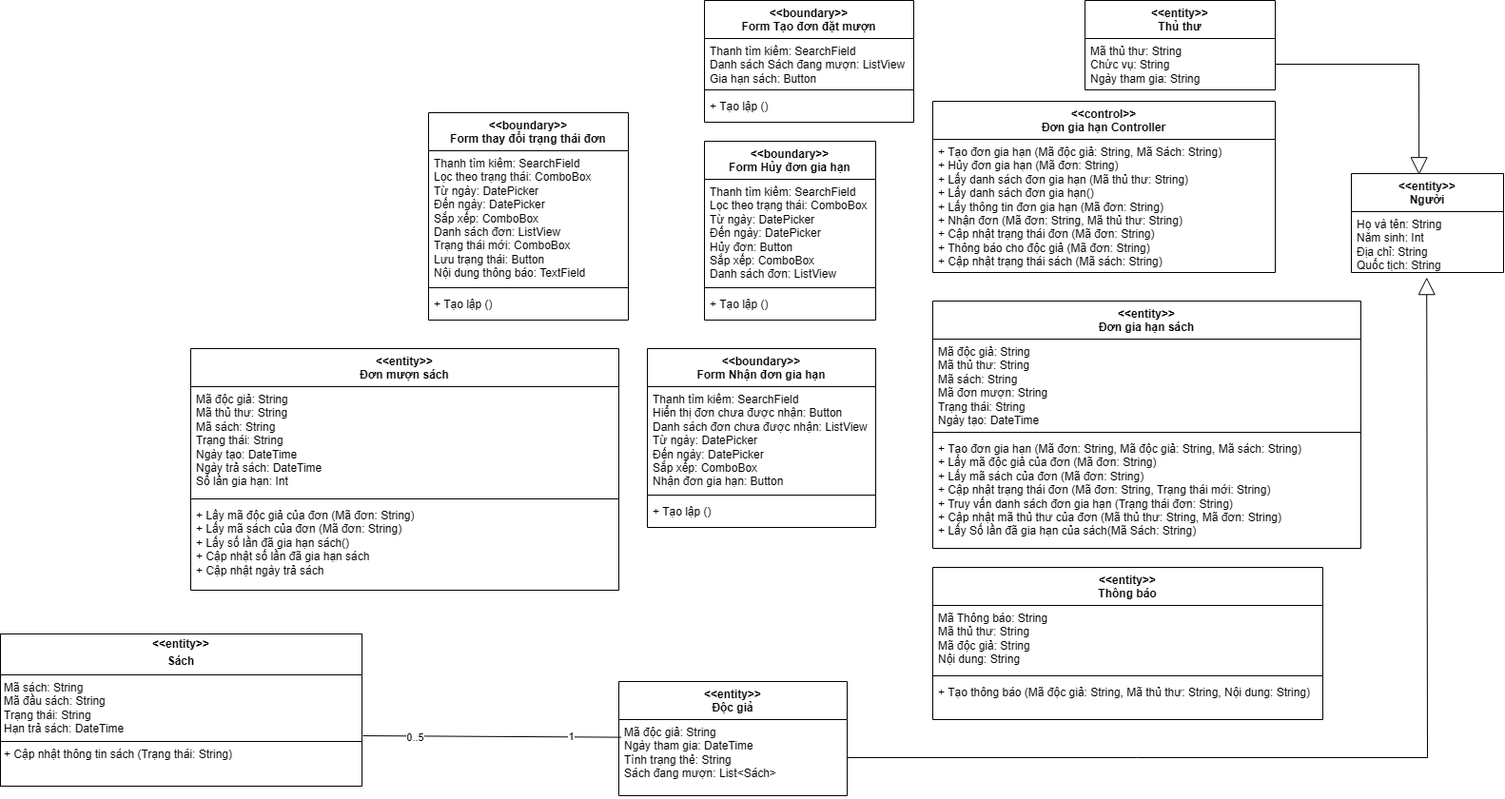
The draw.io diagram Class Diagram/Modified Class Diagram/UC Gia hạn sách - Đối chiếu, chỉnh sửa.drawio.png in kimcuongdev/LibrarySystemAD, before a commit. Source tidied: cells renumbered, new cells last; positions are measured from the earlier drawing's top-left corner, leaving out a move shared by most shapes.
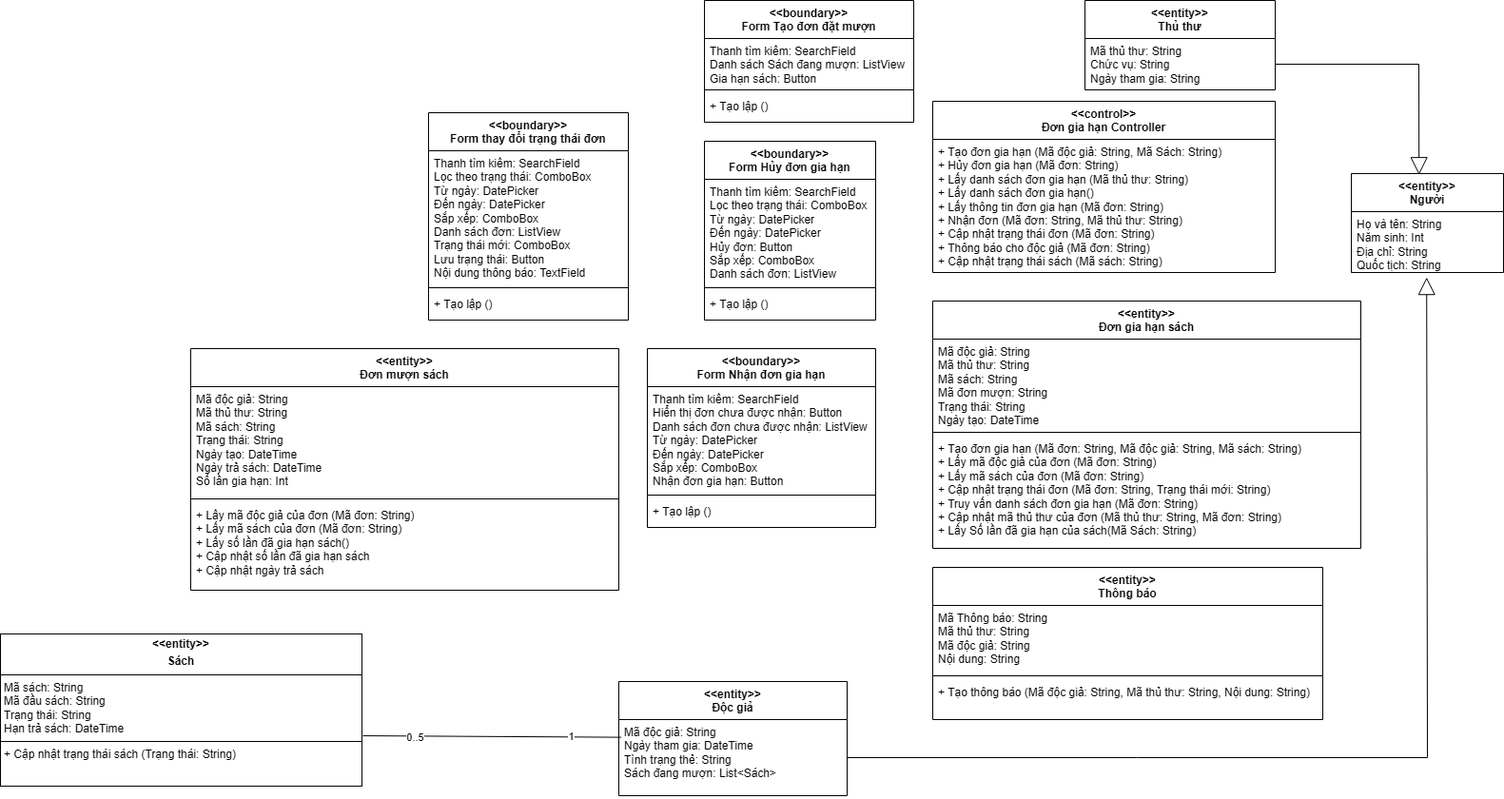
After the change.

Commit message:
Update cho UC Gia han sach

The edit, as a diff of the source:
```diff
@@ -42,7 +42,7 @@
     <mxCell id="11" style="line;strokeWidth=1;fillColor=none;align=left;verticalAlign=middle;spacingTop=-1;spacingLeft=3;spacingRight=3;labelPosition=right;strokeColor=inherit;" parent="9" vertex="1">
       <mxGeometry y="134" width="450" height="8" as="geometry" />
     </mxCell>
-    <mxCell id="12" value="+ Tạo đơn gia hạn (Mã đơn: String, Mã độc giả: String, Mã sách: String)&lt;div&gt;+ Lấy mã độc giả của đơn (Mã đơn: String)&lt;/div&gt;&lt;div&gt;+ Lấy mã sách của đơn (Mã đơn: String)&lt;/div&gt;&lt;div&gt;+ Cập nhật trạng thái đơn (Mã đơn: String, Trạng thái mới: String)&lt;/div&gt;&lt;div&gt;+ Truy vấn danh sách đơn gia hạn (Trạng thái đơn: String)&lt;/div&gt;&lt;div&gt;+ Cập nhật mã thủ thư của đơn (Mã thủ thư: String, Mã đơn: String)&lt;/div&gt;&lt;div&gt;+ Lấy Số lần đã gia hạn của sách(Mã Sách: String)&lt;/div&gt;" style="text;strokeColor=none;fillColor=none;align=left;verticalAlign=top;spacingLeft=4;spacingRight=4;overflow=hidden;whiteSpace=wrap;html=1;" parent="9" vertex="1">
+    <mxCell id="12" value="+ Tạo đơn gia hạn (Mã đơn: String, Mã độc giả: String, Mã sách: String)&lt;div&gt;+ Lấy mã độc giả của đơn (Mã đơn: String)&lt;/div&gt;&lt;div&gt;+ Lấy mã sách của đơn (Mã đơn: String)&lt;/div&gt;&lt;div&gt;+ Cập nhật trạng thái đơn (Mã đơn: String, Trạng thái mới: String)&lt;/div&gt;&lt;div&gt;+ Truy vấn danh sách đơn gia hạn (Mã đơn: String)&lt;/div&gt;&lt;div&gt;+ Cập nhật mã thủ thư của đơn (Mã thủ thư: String, Mã đơn: String)&lt;/div&gt;&lt;div&gt;+ Lấy Số lần đã gia hạn của sách(Mã Sách: String)&lt;/div&gt;" style="text;strokeColor=none;fillColor=none;align=left;verticalAlign=top;spacingLeft=4;spacingRight=4;overflow=hidden;whiteSpace=wrap;html=1;" parent="9" vertex="1">
       <mxGeometry y="142" width="450" height="118" as="geometry" />
     </mxCell>
     <mxCell id="13" value="&amp;lt;&amp;lt;entity&amp;gt;&amp;gt;&lt;div&gt;Thông báo&lt;/div&gt;" style="swimlane;fontStyle=1;align=center;verticalAlign=top;horizontal=1;startSize=40;whiteSpace=wrap;html=1;" parent="1" vertex="1">
@@ -63,7 +63,7 @@
     <mxCell id="18" value="Mã thủ thư: String&lt;div&gt;Chức vụ: String&lt;/div&gt;&lt;div&gt;Ngày tham gia: String&lt;/div&gt;" style="text;strokeColor=none;fillColor=none;align=left;verticalAlign=top;spacingLeft=4;spacingRight=4;overflow=hidden;points=[[0,0.5],[1,0.5]];portConstraint=eastwest;whiteSpace=wrap;html=1;" parent="17" vertex="1">
       <mxGeometry y="40" width="200" height="54" as="geometry" />
     </mxCell>
-    <mxCell id="19" value="&lt;p style=&quot;margin:0px;margin-top:4px;text-align:center;&quot;&gt;&lt;b&gt;&amp;lt;&amp;lt;entity&amp;gt;&amp;gt;&lt;/b&gt;&lt;/p&gt;&lt;p style=&quot;margin:0px;margin-top:4px;text-align:center;&quot;&gt;&lt;b&gt;Sách&lt;/b&gt;&lt;/p&gt;&lt;hr size=&quot;1&quot; style=&quot;border-style:solid;&quot;&gt;&lt;p style=&quot;margin:0px;margin-left:4px;&quot;&gt;Mã sách: String&lt;/p&gt;&lt;p style=&quot;margin:0px;margin-left:4px;&quot;&gt;Mã đầu sách: String&lt;/p&gt;&lt;p style=&quot;margin:0px;margin-left:4px;&quot;&gt;Trạng thái: String&lt;/p&gt;&lt;p style=&quot;margin:0px;margin-left:4px;&quot;&gt;Hạn trả sách: DateTime&lt;/p&gt;&lt;hr size=&quot;1&quot; style=&quot;border-style:solid;&quot;&gt;&lt;p style=&quot;margin:0px;margin-left:4px;&quot;&gt;+ Cập nhật thông tin sách (Trạng thái: String)&lt;/p&gt;" style="verticalAlign=top;align=left;overflow=fill;html=1;whiteSpace=wrap;" parent="1" vertex="1">
+    <mxCell id="19" value="&lt;p style=&quot;margin:0px;margin-top:4px;text-align:center;&quot;&gt;&lt;b&gt;&amp;lt;&amp;lt;entity&amp;gt;&amp;gt;&lt;/b&gt;&lt;/p&gt;&lt;p style=&quot;margin:0px;margin-top:4px;text-align:center;&quot;&gt;&lt;b&gt;Sách&lt;/b&gt;&lt;/p&gt;&lt;hr size=&quot;1&quot; style=&quot;border-style:solid;&quot;&gt;&lt;p style=&quot;margin:0px;margin-left:4px;&quot;&gt;Mã sách: String&lt;/p&gt;&lt;p style=&quot;margin:0px;margin-left:4px;&quot;&gt;Mã đầu sách: String&lt;/p&gt;&lt;p style=&quot;margin:0px;margin-left:4px;&quot;&gt;Trạng thái: String&lt;/p&gt;&lt;p style=&quot;margin:0px;margin-left:4px;&quot;&gt;Hạn trả sách: DateTime&lt;/p&gt;&lt;hr size=&quot;1&quot; style=&quot;border-style:solid;&quot;&gt;&lt;p style=&quot;margin:0px;margin-left:4px;&quot;&gt;+ Cập nhật trạng thái sách (Trạng thái: String)&lt;/p&gt;" style="verticalAlign=top;align=left;overflow=fill;html=1;whiteSpace=wrap;" parent="1" vertex="1">
       <mxGeometry y="666" width="380" height="160" as="geometry" />
     </mxCell>
     <mxCell id="20" value="&lt;div&gt;&amp;lt;&amp;lt;entity&amp;gt;&amp;gt;&lt;/div&gt;Độc giả" style="swimlane;fontStyle=1;align=center;verticalAlign=top;horizontal=1;startSize=40;whiteSpace=wrap;html=1;" parent="1" vertex="1">
```
